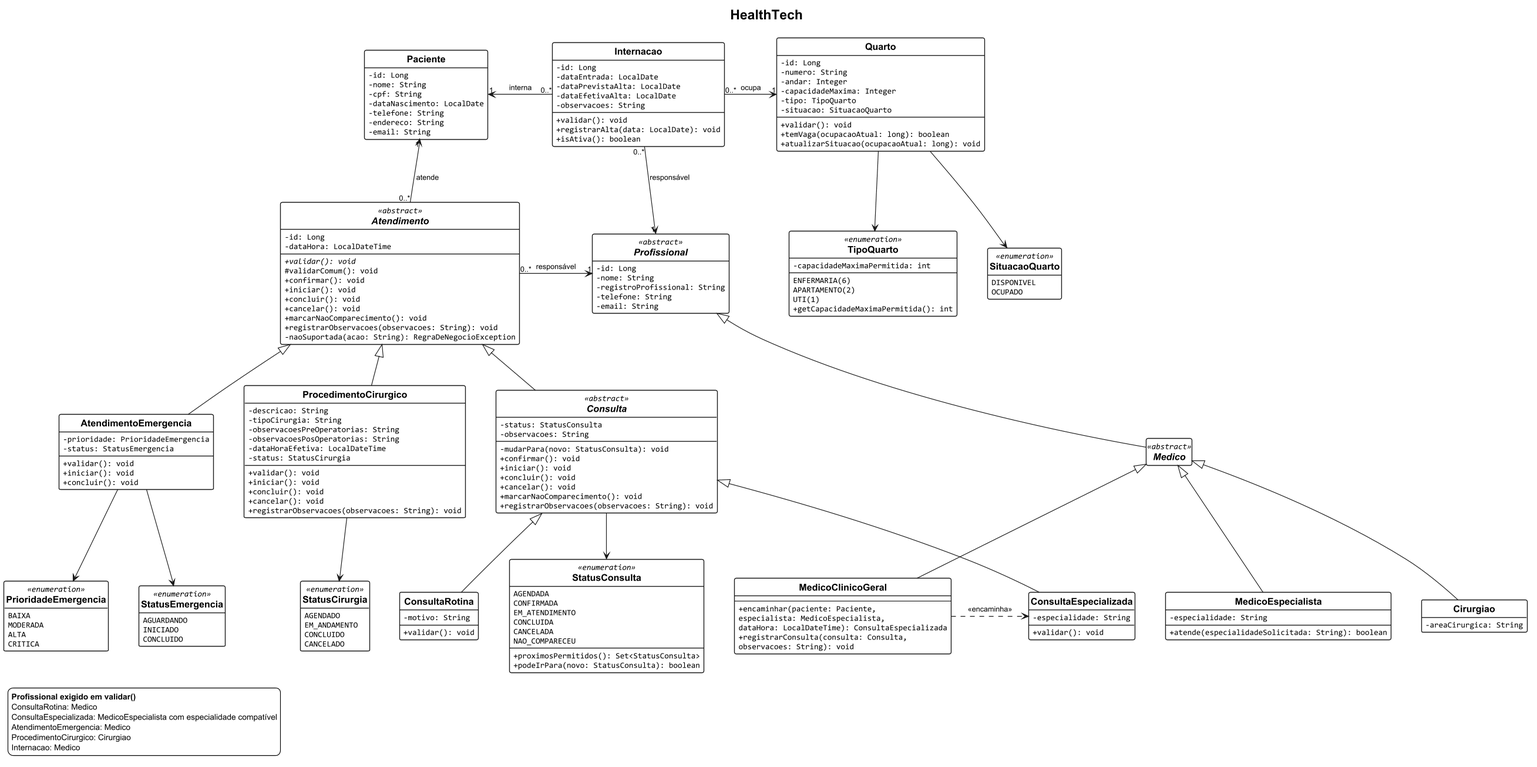
Before: frontend/documentos/diagrama-de-classes.png, a diagram exported from PlantUML (mariaqueirozz/HealthTech). The source it was exported from:
```plantuml
@startuml diagrama-de-classes
!pragma layout smetana
hide circle
hide empty members
skinparam monochrome true
skinparam shadowing false
skinparam legendBackgroundColor white
skinparam legendFontSize 12
skinparam titleFontSize 20
skinparam titleFontName Arial
skinparam dpi 110
skinparam nodesep 45
skinparam ranksep 60
skinparam classAttributeIconSize 0
skinparam classBackgroundColor white
skinparam classBorderThickness 1.2
skinparam classAttributeFontName Consolas
skinparam classAttributeFontSize 12
skinparam classFontName Arial
skinparam classFontStyle bold
skinparam classFontSize 14
skinparam stereotypeFontSize 11
skinparam arrowFontName Arial
skinparam arrowFontSize 11
title HealthTech

class Paciente {
  - id: Long
  - nome: String
  - cpf: String
  - dataNascimento: LocalDate
  - telefone: String
  - endereco: String
  - email: String
}

abstract class Profissional <<abstract>> {
  - id: Long
  - nome: String
  - registroProfissional: String
  - telefone: String
  - email: String
}

abstract class Medico <<abstract>>

class MedicoClinicoGeral {
  --
  + encaminhar(paciente: Paciente,
      especialista: MedicoEspecialista,
      dataHora: LocalDateTime): ConsultaEspecializada
  + registrarConsulta(consulta: Consulta,
      observacoes: String): void
}

class MedicoEspecialista {
  - especialidade: String
  + atende(especialidadeSolicitada: String): boolean
}

class Cirurgiao {
  - areaCirurgica: String
}

class Quarto {
  - id: Long
  - numero: String
  - andar: Integer
  - capacidadeMaxima: Integer
  - tipo: TipoQuarto
  - situacao: SituacaoQuarto
  + validar(): void
  + temVaga(ocupacaoAtual: long): boolean
  + atualizarSituacao(ocupacaoAtual: long): void
}

class Internacao {
  - id: Long
  - dataEntrada: LocalDate
  - dataPrevistaAlta: LocalDate
  - dataEfetivaAlta: LocalDate
  - observacoes: String
  + validar(): void
  + registrarAlta(data: LocalDate): void
  + isAtiva(): boolean
}

abstract class Atendimento <<abstract>> {
  - id: Long
  - dataHora: LocalDateTime
  + {abstract} validar(): void
  # validarComum(): void
  + confirmar(): void
  + iniciar(): void
  + concluir(): void
  + cancelar(): void
  + marcarNaoComparecimento(): void
  + registrarObservacoes(observacoes: String): void
  - naoSuportada(acao: String): RegraDeNegocioException
}

abstract class Consulta <<abstract>> {
  - status: StatusConsulta
  - observacoes: String
  - mudarPara(novo: StatusConsulta): void
  + confirmar(): void
  + iniciar(): void
  + concluir(): void
  + cancelar(): void
  + marcarNaoComparecimento(): void
  + registrarObservacoes(observacoes: String): void
}

class ConsultaRotina {
  - motivo: String
  + validar(): void
}

class ConsultaEspecializada {
  - especialidade: String
  + validar(): void
}

class AtendimentoEmergencia {
  - prioridade: PrioridadeEmergencia
  - status: StatusEmergencia
  + validar(): void
  + iniciar(): void
  + concluir(): void
}

class ProcedimentoCirurgico {
  - descricao: String
  - tipoCirurgia: String
  - observacoesPreOperatorias: String
  - observacoesPosOperatorias: String
  - dataHoraEfetiva: LocalDateTime
  - status: StatusCirurgia
  + validar(): void
  + iniciar(): void
  + concluir(): void
  + cancelar(): void
  + registrarObservacoes(observacoes: String): void
}

enum StatusConsulta <<enumeration>> {
  AGENDADA
  CONFIRMADA
  EM_ATENDIMENTO
  CONCLUIDA
  CANCELADA
  NAO_COMPARECEU
  + proximosPermitidos(): Set<StatusConsulta>
  + podeIrPara(novo: StatusConsulta): boolean
}

enum PrioridadeEmergencia <<enumeration>> {
  BAIXA
  MODERADA
  ALTA
  CRITICA
}

enum StatusEmergencia <<enumeration>> {
  AGUARDANDO
  INICIADO
  CONCLUIDO
}

enum StatusCirurgia <<enumeration>> {
  AGENDADO
  EM_ANDAMENTO
  CONCLUIDO
  CANCELADO
}

enum TipoQuarto <<enumeration>> {
  ENFERMARIA(6)
  APARTAMENTO(2)
  UTI(1)
  - capacidadeMaximaPermitida: int
  + getCapacidadeMaximaPermitida(): int
}

enum SituacaoQuarto <<enumeration>> {
  DISPONIVEL
  OCUPADO
}

Atendimento <|-- Consulta
Atendimento <|-- AtendimentoEmergencia
Atendimento <|-- ProcedimentoCirurgico
Consulta <|-- ConsultaRotina
Consulta <|-- ConsultaEspecializada
Profissional <|-- Medico
Medico <|-- MedicoClinicoGeral
Medico <|-- MedicoEspecialista
Medico <|-- Cirurgiao

Internacao "0..*" -left-> "1" Paciente : interna
Internacao "0..*" -right-> "1" Quarto : ocupa
Internacao "0..*" --> "1" Profissional : responsável
Atendimento "0..*" -up-> "1" Paciente : atende
Atendimento "0..*" -right-> "1" Profissional : responsável

Consulta --> StatusConsulta
AtendimentoEmergencia --> PrioridadeEmergencia
AtendimentoEmergencia --> StatusEmergencia
ProcedimentoCirurgico --> StatusCirurgia
Quarto --> TipoQuarto
Quarto --> SituacaoQuarto

ConsultaEspecializada <.left. MedicoClinicoGeral : <<encaminha>>

legend bottom left
  <b>Profissional exigido em validar()</b>
  ConsultaRotina: Medico
  ConsultaEspecializada: MedicoEspecialista com especialidade compatível
  AtendimentoEmergencia: Medico
  ProcedimentoCirurgico: Cirurgiao
  Internacao: Medico
endlegend
@enduml
```
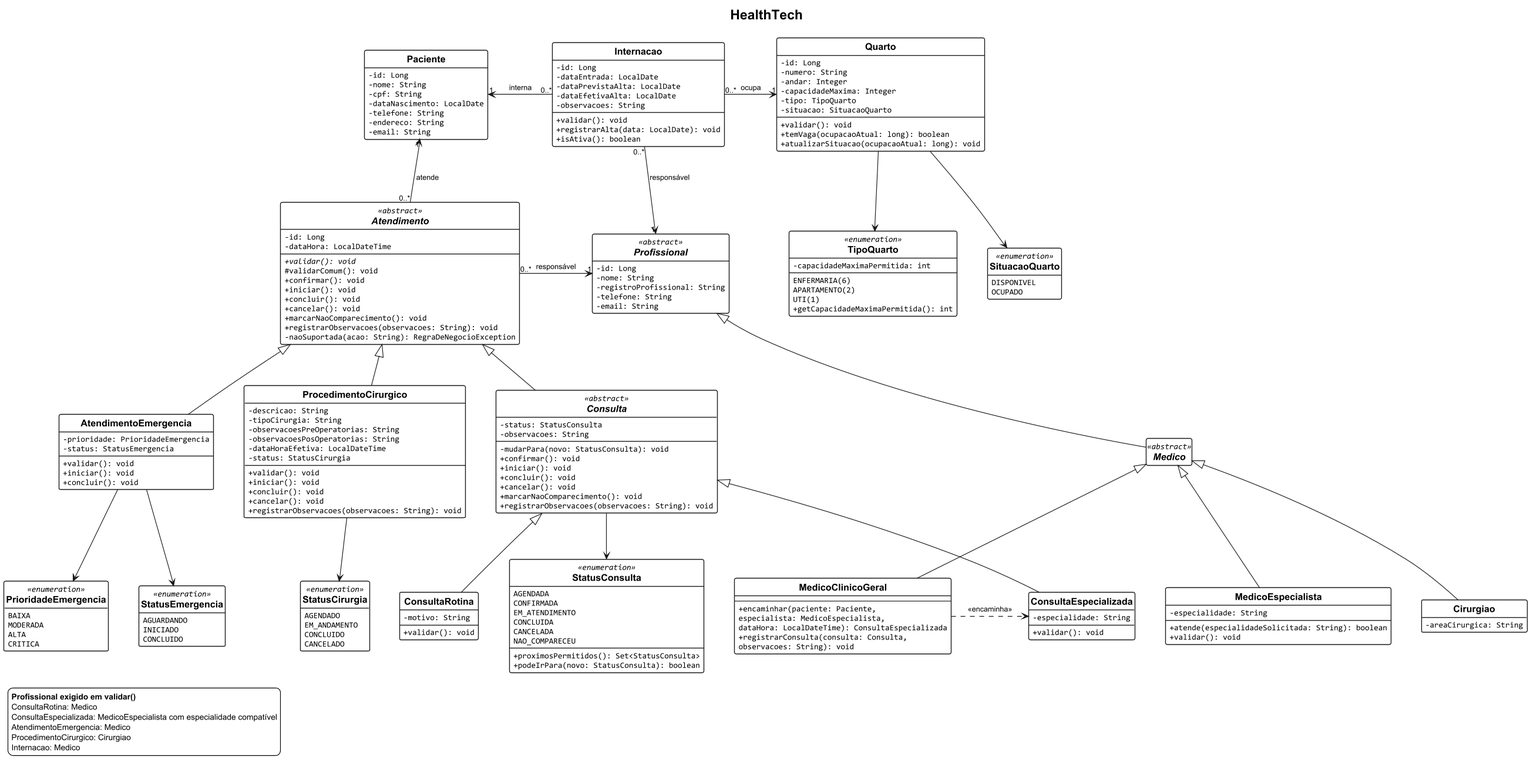
Above is the later version.

Diff of the diagram source:
```diff
@@ -56,6 +56,7 @@
 class MedicoEspecialista {
   - especialidade: String
   + atende(especialidadeSolicitada: String): boolean
+  + validar(): void
 }
 
 class Cirurgiao {
```
